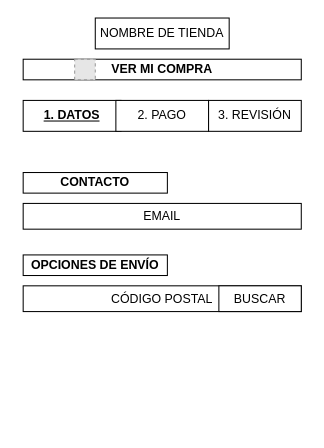
Before: wireframes/mobile/Carrito de compras Envío Mobile.drawio in CeciliaLafuente/JopoStore---Tienda-Vintage, a draw.io diagram. Source tidied: cells renumbered, new cells numbered last; positions are measured from the earlier drawing's top-left corner, leaving out a move shared by most shapes. Both pictures are drawn from the tidied source at 103%, with x=0, y=0 at pixel (23, 18). Pictures stored in the file or linked from it are replaced by grey dashed boxes.
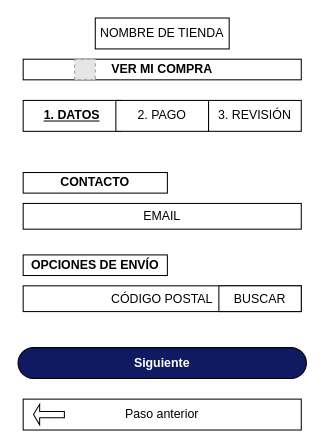
After the change.

Commit message:
Se agrega carrito de compras

The edit, as a diff of the source:
```diff
@@
 <mxGraphModel>
   <root>
     <mxCell id="0" />
     <mxCell id="1" parent="0" />
     <mxCell id="2" value="NOMBRE DE TIENDA" style="rounded=0;whiteSpace=wrap;html=1;" parent="1" vertex="1">
       <mxGeometry x="70" width="130" height="30" as="geometry" />
     </mxCell>
     <mxCell id="3" value="&lt;u&gt;&lt;b&gt;1. DATOS&lt;/b&gt;&lt;/u&gt;" style="rounded=0;whiteSpace=wrap;html=1;" parent="1" vertex="1">
       <mxGeometry y="80" width="95" height="30" as="geometry" />
     </mxCell>
     <mxCell id="4" value="2. PAGO" style="rounded=0;whiteSpace=wrap;html=1;" parent="1" vertex="1">
       <mxGeometry x="90" y="80" width="90" height="30" as="geometry" />
     </mxCell>
     <mxCell id="5" value="3. REVISIÓN" style="rounded=0;whiteSpace=wrap;html=1;" parent="1" vertex="1">
       <mxGeometry x="180" y="80" width="90" height="30" as="geometry" />
     </mxCell>
     <mxCell id="6" value="&lt;b&gt;VER MI COMPRA&lt;/b&gt;" style="rounded=0;whiteSpace=wrap;html=1;" parent="1" vertex="1">
       <mxGeometry y="40" width="270" height="20" as="geometry" />
     </mxCell>
     <mxCell id="7" value="&lt;b&gt;CONTACTO&lt;/b&gt;" style="rounded=0;whiteSpace=wrap;html=1;" parent="1" vertex="1">
       <mxGeometry y="150" width="140" height="20" as="geometry" />
     </mxCell>
     <mxCell id="8" value="EMAIL" style="rounded=0;whiteSpace=wrap;html=1;" parent="1" vertex="1">
       <mxGeometry y="180" width="270" height="25" as="geometry" />
     </mxCell>
     <mxCell id="9" value="&lt;b&gt;OPCIONES DE ENVÍO&lt;/b&gt;" style="rounded=0;whiteSpace=wrap;html=1;" parent="1" vertex="1">
       <mxGeometry y="230" width="140" height="20" as="geometry" />
     </mxCell>
     <mxCell id="10" value="CÓDIGO POSTAL" style="rounded=0;whiteSpace=wrap;html=1;" parent="1" vertex="1">
       <mxGeometry y="260" width="270" height="25" as="geometry" />
     </mxCell>
     <mxCell id="11" value="BUSCAR" style="rounded=0;whiteSpace=wrap;html=1;" parent="1" vertex="1">
       <mxGeometry x="190" y="260" width="80" height="25" as="geometry" />
     </mxCell>
     <mxCell id="12" style="fillColor=#E6E6E6;strokeColor=#999999;dashed=1;verticalLabelPosition=bottom;labelBackgroundColor=default;verticalAlign=top;" parent="1" vertex="1">
       <mxGeometry x="50" y="40" width="20" height="20" as="geometry" />
     </mxCell>
+    <mxCell id="13" value="&lt;font color=&quot;#ffffff&quot;&gt;&lt;b&gt;Siguiente&lt;/b&gt;&lt;/font&gt;" style="rounded=1;whiteSpace=wrap;html=1;arcSize=50;fillColor=#0F1A61;" parent="1" vertex="1">
+      <mxGeometry x="-5" y="320" width="280" height="30" as="geometry" />
+    </mxCell>
+    <mxCell id="14" value="Paso anterior" style="rounded=0;whiteSpace=wrap;html=1;" parent="1" vertex="1">
+      <mxGeometry y="370" width="270" height="30" as="geometry" />
+    </mxCell>
+    <mxCell id="15" style="shape=singleArrow;direction=west;whiteSpace=wrap;html=1;fillColor=#FFFFFF;" parent="1" vertex="1">
+      <mxGeometry x="10" y="375" width="30" height="20" as="geometry" />
+    </mxCell>
   </root>
 </mxGraphModel>
```
